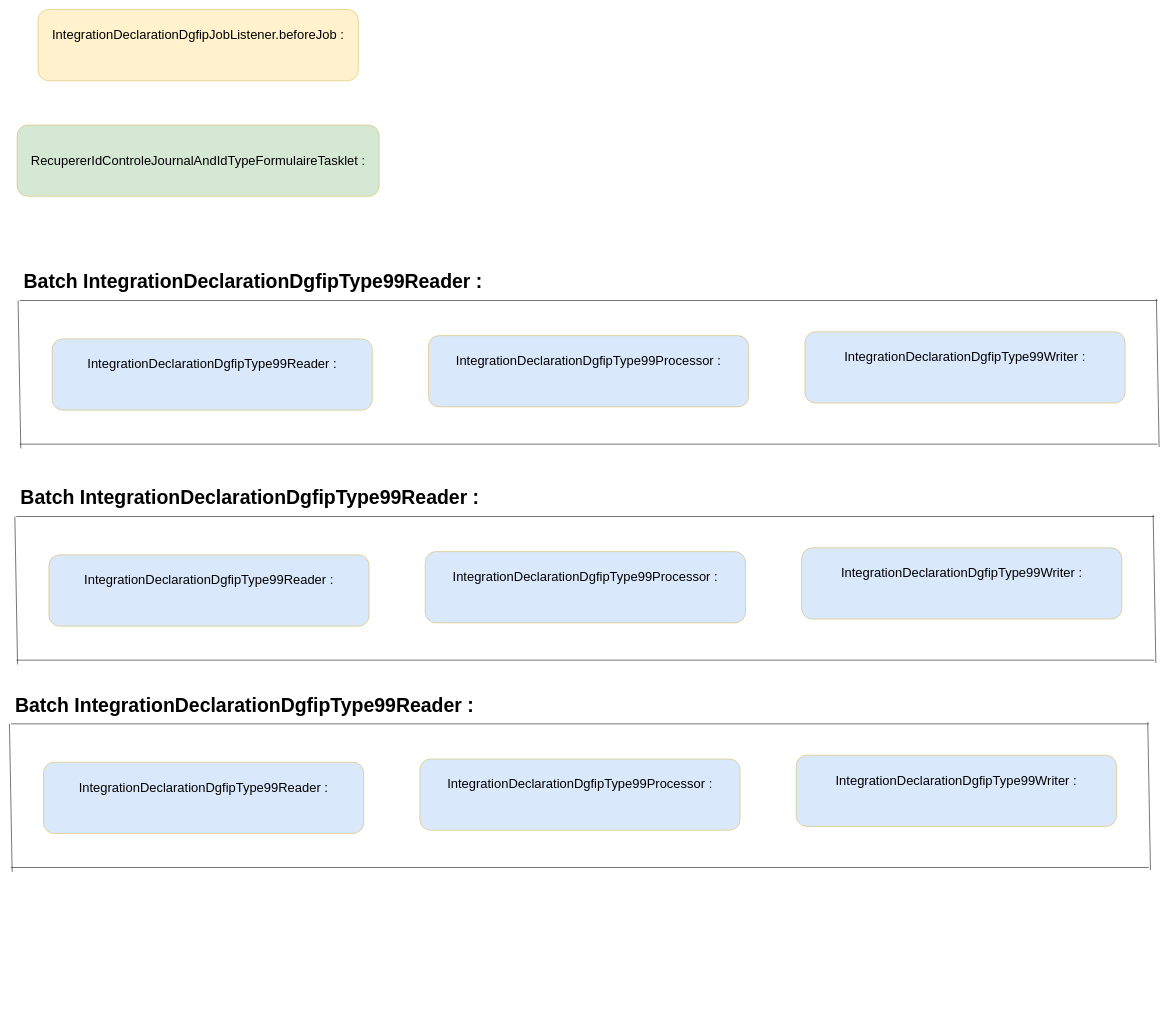
Before: flux_decipam_integration_declaration_dgfip.drawio in ewan-delanoy/uml_diagram, a draw.io diagram. Source tidied: cells renumbered, new cells numbered last; positions are measured from the earlier drawing's top-left corner, leaving out a move shared by most shapes. Both pictures are drawn from the tidied source at 54%, with x=0, y=0 at pixel (9, 9).
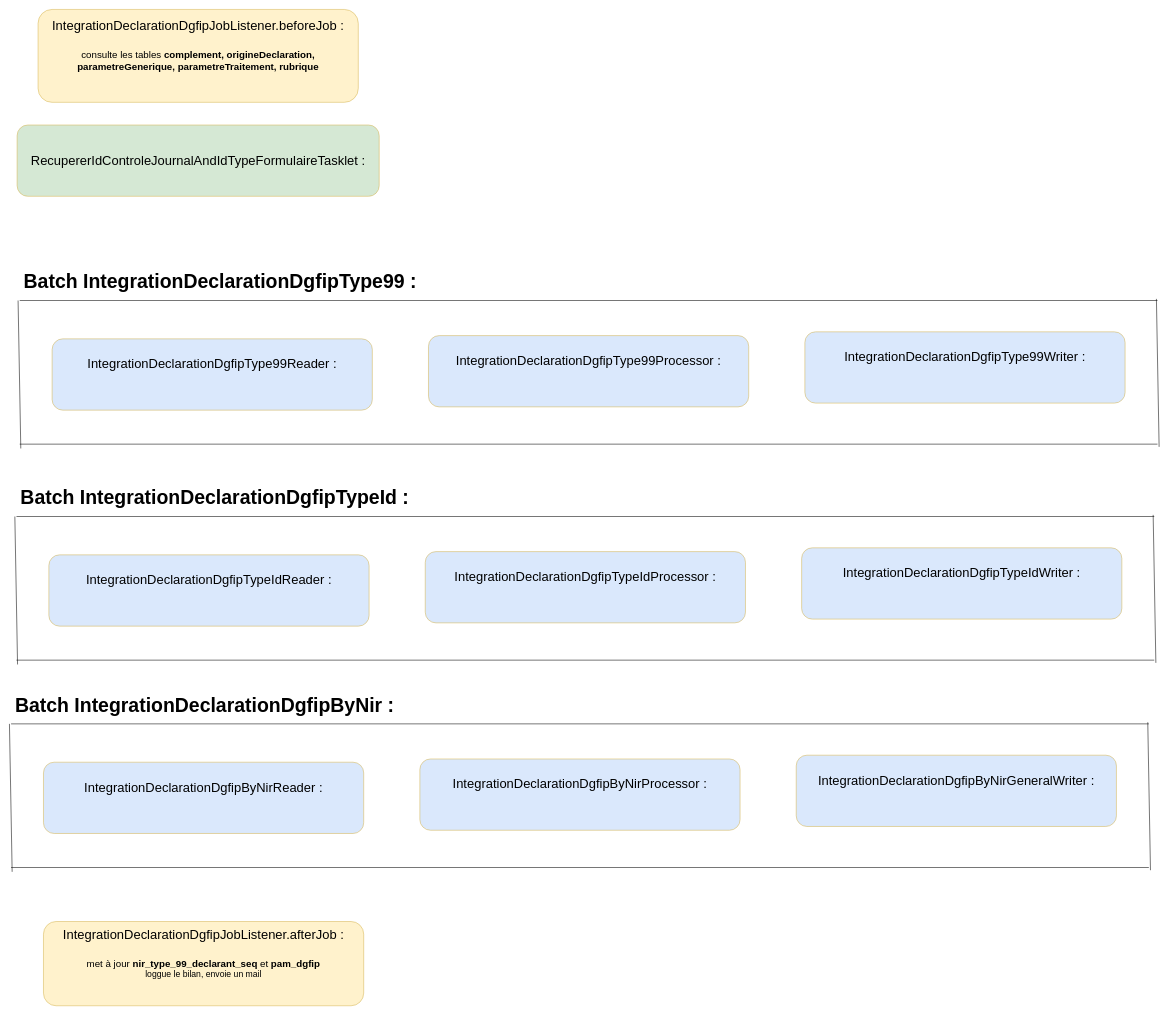
After the change.

Commit message (it also covers changes not shown here):
Mettre à jour flux_decipam_integration_declaration_dgfip.drawio

Change to the diagram source:
```diff
@@
-    <mxCell id="2" value="&lt;div&gt;&lt;font style=&quot;font-size: 24px;&quot;&gt;IntegrationDeclarationDgfipJobListener.beforeJob :&lt;br&gt;&lt;/font&gt;&lt;/div&gt;&lt;div&gt;&lt;font size=&quot;3&quot;&gt;&lt;br&gt;&lt;/font&gt;&lt;/div&gt;&lt;div&gt;&lt;font size=&quot;3&quot;&gt;&lt;br&gt;&lt;/font&gt;&lt;/div&gt;" style="rounded=1;whiteSpace=wrap;html=1;fontSize=12;glass=0;strokeWidth=1;shadow=0;fillColor=#fff2cc;strokeColor=#d6b656;" parent="1" vertex="1">
-      <mxGeometry x="53" width="593" height="132" as="geometry" />
+    <mxCell id="2" value="&lt;div&gt;&lt;font style=&quot;font-size: 24px;&quot;&gt;IntegrationDeclarationDgfipJobListener.beforeJob :&lt;/font&gt;&lt;/div&gt;&lt;div&gt;&lt;font style=&quot;font-size: 24px;&quot;&gt;&lt;br&gt;&lt;/font&gt;&lt;/div&gt;&lt;div&gt;&lt;font style=&quot;font-size: 18px;&quot;&gt;&lt;span style=&quot;line-height: 115%; font-family: &amp;quot;Arial&amp;quot;, sans-serif;&quot;&gt;consulte les tables &lt;b&gt;complement, origineDeclaration,&lt;br/&gt;parametreGenerique, parametreTraitement, rubrique&lt;/b&gt; &lt;/span&gt;&lt;/font&gt;&lt;/div&gt;&lt;div&gt;&lt;font size=&quot;3&quot;&gt;&lt;br&gt;&lt;/font&gt;&lt;/div&gt;&lt;div&gt;&lt;font size=&quot;3&quot;&gt;&lt;br&gt;&lt;/font&gt;&lt;/div&gt;" style="rounded=1;whiteSpace=wrap;html=1;fontSize=12;glass=0;strokeWidth=1;shadow=0;fillColor=#fff2cc;strokeColor=#d6b656;" parent="1" vertex="1">
+      <mxGeometry x="53" width="593" height="172" as="geometry" />
     </mxCell>
@@
-    <mxCell id="11" value="&lt;font style=&quot;font-size: 24px;&quot;&gt;&amp;nbsp;&lt;/font&gt;&lt;div&gt;&lt;font style=&quot;font-size: 24px;&quot;&gt;&amp;nbsp;&lt;/font&gt;&lt;font style=&quot;font-size: 36px;&quot;&gt;&lt;b&gt;Batch IntegrationDeclarationDgfipType99Reader :&lt;br&gt;&lt;/b&gt;&lt;/font&gt;&lt;/div&gt;&lt;div&gt;&lt;font size=&quot;3&quot;&gt;&lt;b&gt;&lt;br&gt;&lt;/b&gt;&lt;/font&gt;&lt;/div&gt;&lt;div&gt;&lt;font size=&quot;3&quot;&gt;&lt;br&gt;&lt;/font&gt;&lt;/div&gt;" style="text;whiteSpace=wrap;html=1;" parent="1" vertex="1">
+    <mxCell id="11" value="&lt;font style=&quot;font-size: 24px;&quot;&gt;&amp;nbsp;&lt;/font&gt;&lt;div&gt;&lt;font style=&quot;font-size: 24px;&quot;&gt;&amp;nbsp;&lt;/font&gt;&lt;font style=&quot;font-size: 36px;&quot;&gt;&lt;b&gt;Batch IntegrationDeclarationDgfipType99 :&lt;br&gt;&lt;/b&gt;&lt;/font&gt;&lt;/div&gt;&lt;div&gt;&lt;font size=&quot;3&quot;&gt;&lt;b&gt;&lt;br&gt;&lt;/b&gt;&lt;/font&gt;&lt;/div&gt;&lt;div&gt;&lt;font size=&quot;3&quot;&gt;&lt;br&gt;&lt;/font&gt;&lt;/div&gt;" style="text;whiteSpace=wrap;html=1;" parent="1" vertex="1">
       <mxGeometry x="18" y="447" width="882" height="89" as="geometry" />
     </mxCell>
-    <mxCell id="12" value="&lt;div&gt;&lt;font style=&quot;font-size: 24px;&quot;&gt;IntegrationDeclarationDgfipType99Reader :&lt;br&gt;&lt;/font&gt;&lt;/div&gt;&lt;div&gt;&lt;font size=&quot;3&quot;&gt;&lt;br&gt;&lt;/font&gt;&lt;/div&gt;&lt;div&gt;&lt;font size=&quot;3&quot;&gt;&lt;br&gt;&lt;/font&gt;&lt;/div&gt;" style="rounded=1;whiteSpace=wrap;html=1;fontSize=12;glass=0;strokeWidth=1;shadow=0;fillColor=#dae8fc;strokeColor=#d6b656;" parent="1" vertex="1">
+    <mxCell id="12" value="&lt;div&gt;&lt;font style=&quot;font-size: 24px;&quot;&gt;IntegrationDeclarationDgfipTypeIdReader :&lt;br&gt;&lt;/font&gt;&lt;/div&gt;&lt;div&gt;&lt;font size=&quot;3&quot;&gt;&lt;br&gt;&lt;/font&gt;&lt;/div&gt;&lt;div&gt;&lt;font size=&quot;3&quot;&gt;&lt;br&gt;&lt;/font&gt;&lt;/div&gt;" style="rounded=1;whiteSpace=wrap;html=1;fontSize=12;glass=0;strokeWidth=1;shadow=0;fillColor=#dae8fc;strokeColor=#d6b656;" parent="1" vertex="1">
       <mxGeometry x="73" y="1010" width="593" height="132" as="geometry" />
     </mxCell>
-    <mxCell id="13" value="&lt;div&gt;&lt;font style=&quot;font-size: 24px;&quot;&gt;IntegrationDeclarationDgfipType99Processor :&lt;br&gt;&lt;/font&gt;&lt;/div&gt;&lt;div&gt;&lt;font size=&quot;3&quot;&gt;&lt;br&gt;&lt;/font&gt;&lt;/div&gt;&lt;div&gt;&lt;font size=&quot;3&quot;&gt;&lt;br&gt;&lt;/font&gt;&lt;/div&gt;" style="rounded=1;whiteSpace=wrap;html=1;fontSize=12;glass=0;strokeWidth=1;shadow=0;fillColor=#dae8fc;strokeColor=#d6b656;" parent="1" vertex="1">
+    <mxCell id="13" value="&lt;div&gt;&lt;font style=&quot;font-size: 24px;&quot;&gt;IntegrationDeclarationDgfipTypeIdProcessor :&lt;br&gt;&lt;/font&gt;&lt;/div&gt;&lt;div&gt;&lt;font size=&quot;3&quot;&gt;&lt;br&gt;&lt;/font&gt;&lt;/div&gt;&lt;div&gt;&lt;font size=&quot;3&quot;&gt;&lt;br&gt;&lt;/font&gt;&lt;/div&gt;" style="rounded=1;whiteSpace=wrap;html=1;fontSize=12;glass=0;strokeWidth=1;shadow=0;fillColor=#dae8fc;strokeColor=#d6b656;" parent="1" vertex="1">
       <mxGeometry x="770" y="1004" width="593" height="132" as="geometry" />
     </mxCell>
-    <mxCell id="14" value="&lt;div&gt;&lt;font style=&quot;font-size: 24px;&quot;&gt;IntegrationDeclarationDgfipType99Writer :&lt;br&gt;&lt;/font&gt;&lt;/div&gt;&lt;div&gt;&lt;font size=&quot;3&quot;&gt;&lt;br&gt;&lt;/font&gt;&lt;/div&gt;&lt;div&gt;&lt;font size=&quot;3&quot;&gt;&lt;br&gt;&lt;/font&gt;&lt;/div&gt;" style="rounded=1;whiteSpace=wrap;html=1;fontSize=12;glass=0;strokeWidth=1;shadow=0;fillColor=#dae8fc;strokeColor=#d6b656;" parent="1" vertex="1">
+    <mxCell id="14" value="&lt;div&gt;&lt;font style=&quot;font-size: 24px;&quot;&gt;IntegrationDeclarationDgfipTypeIdWriter :&lt;br&gt;&lt;/font&gt;&lt;/div&gt;&lt;div&gt;&lt;font size=&quot;3&quot;&gt;&lt;br&gt;&lt;/font&gt;&lt;/div&gt;&lt;div&gt;&lt;font size=&quot;3&quot;&gt;&lt;br&gt;&lt;/font&gt;&lt;/div&gt;" style="rounded=1;whiteSpace=wrap;html=1;fontSize=12;glass=0;strokeWidth=1;shadow=0;fillColor=#dae8fc;strokeColor=#d6b656;" parent="1" vertex="1">
       <mxGeometry x="1467" y="997" width="593" height="132" as="geometry" />
     </mxCell>
@@
-    <mxCell id="19" value="&lt;font style=&quot;font-size: 24px;&quot;&gt;&amp;nbsp;&lt;/font&gt;&lt;div&gt;&lt;font style=&quot;font-size: 24px;&quot;&gt;&amp;nbsp;&lt;/font&gt;&lt;font style=&quot;font-size: 36px;&quot;&gt;&lt;b&gt;Batch IntegrationDeclarationDgfipType99Reader :&lt;br&gt;&lt;/b&gt;&lt;/font&gt;&lt;/div&gt;&lt;div&gt;&lt;font size=&quot;3&quot;&gt;&lt;b&gt;&lt;br&gt;&lt;/b&gt;&lt;/font&gt;&lt;/div&gt;&lt;div&gt;&lt;font size=&quot;3&quot;&gt;&lt;br&gt;&lt;/font&gt;&lt;/div&gt;" style="text;whiteSpace=wrap;html=1;" parent="1" vertex="1">
+    <mxCell id="19" value="&lt;font style=&quot;font-size: 24px;&quot;&gt;&amp;nbsp;&lt;/font&gt;&lt;div&gt;&lt;font style=&quot;font-size: 24px;&quot;&gt;&amp;nbsp;&lt;/font&gt;&lt;font style=&quot;font-size: 36px;&quot;&gt;&lt;b&gt;Batch IntegrationDeclarationDgfipTypeId :&lt;br&gt;&lt;/b&gt;&lt;/font&gt;&lt;/div&gt;&lt;div&gt;&lt;font size=&quot;3&quot;&gt;&lt;b&gt;&lt;br&gt;&lt;/b&gt;&lt;/font&gt;&lt;/div&gt;&lt;div&gt;&lt;font size=&quot;3&quot;&gt;&lt;br&gt;&lt;/font&gt;&lt;/div&gt;" style="text;whiteSpace=wrap;html=1;" parent="1" vertex="1">
       <mxGeometry x="12" y="847" width="882" height="89" as="geometry" />
     </mxCell>
-    <mxCell id="20" value="&lt;div&gt;&lt;font style=&quot;font-size: 24px;&quot;&gt;IntegrationDeclarationDgfipType99Reader :&lt;br&gt;&lt;/font&gt;&lt;/div&gt;&lt;div&gt;&lt;font size=&quot;3&quot;&gt;&lt;br&gt;&lt;/font&gt;&lt;/div&gt;&lt;div&gt;&lt;font size=&quot;3&quot;&gt;&lt;br&gt;&lt;/font&gt;&lt;/div&gt;" style="rounded=1;whiteSpace=wrap;html=1;fontSize=12;glass=0;strokeWidth=1;shadow=0;fillColor=#dae8fc;strokeColor=#d6b656;" parent="1" vertex="1">
+    <mxCell id="20" value="&lt;div&gt;&lt;font style=&quot;font-size: 24px;&quot;&gt;IntegrationDeclarationDgfipByNirReader :&lt;br&gt;&lt;/font&gt;&lt;/div&gt;&lt;div&gt;&lt;font size=&quot;3&quot;&gt;&lt;br&gt;&lt;/font&gt;&lt;/div&gt;&lt;div&gt;&lt;font size=&quot;3&quot;&gt;&lt;br&gt;&lt;/font&gt;&lt;/div&gt;" style="rounded=1;whiteSpace=wrap;html=1;fontSize=12;glass=0;strokeWidth=1;shadow=0;fillColor=#dae8fc;strokeColor=#d6b656;" parent="1" vertex="1">
       <mxGeometry x="63" y="1394" width="593" height="132" as="geometry" />
     </mxCell>
-    <mxCell id="21" value="&lt;div&gt;&lt;font style=&quot;font-size: 24px;&quot;&gt;IntegrationDeclarationDgfipType99Processor :&lt;br&gt;&lt;/font&gt;&lt;/div&gt;&lt;div&gt;&lt;font size=&quot;3&quot;&gt;&lt;br&gt;&lt;/font&gt;&lt;/div&gt;&lt;div&gt;&lt;font size=&quot;3&quot;&gt;&lt;br&gt;&lt;/font&gt;&lt;/div&gt;" style="rounded=1;whiteSpace=wrap;html=1;fontSize=12;glass=0;strokeWidth=1;shadow=0;fillColor=#dae8fc;strokeColor=#d6b656;" parent="1" vertex="1">
+    <mxCell id="21" value="&lt;div&gt;&lt;font style=&quot;font-size: 24px;&quot;&gt;IntegrationDeclarationDgfipByNirProcessor :&lt;br&gt;&lt;/font&gt;&lt;/div&gt;&lt;div&gt;&lt;font size=&quot;3&quot;&gt;&lt;br&gt;&lt;/font&gt;&lt;/div&gt;&lt;div&gt;&lt;font size=&quot;3&quot;&gt;&lt;br&gt;&lt;/font&gt;&lt;/div&gt;" style="rounded=1;whiteSpace=wrap;html=1;fontSize=12;glass=0;strokeWidth=1;shadow=0;fillColor=#dae8fc;strokeColor=#d6b656;" parent="1" vertex="1">
       <mxGeometry x="760" y="1388" width="593" height="132" as="geometry" />
     </mxCell>
-    <mxCell id="22" value="&lt;div&gt;&lt;font style=&quot;font-size: 24px;&quot;&gt;IntegrationDeclarationDgfipType99Writer :&lt;br&gt;&lt;/font&gt;&lt;/div&gt;&lt;div&gt;&lt;font size=&quot;3&quot;&gt;&lt;br&gt;&lt;/font&gt;&lt;/div&gt;&lt;div&gt;&lt;font size=&quot;3&quot;&gt;&lt;br&gt;&lt;/font&gt;&lt;/div&gt;" style="rounded=1;whiteSpace=wrap;html=1;fontSize=12;glass=0;strokeWidth=1;shadow=0;fillColor=#dae8fc;strokeColor=#d6b656;" parent="1" vertex="1">
+    <mxCell id="22" value="&lt;div&gt;&lt;font style=&quot;font-size: 24px;&quot;&gt;IntegrationDeclarationDgfipByNirGeneralWriter :&lt;br&gt;&lt;/font&gt;&lt;/div&gt;&lt;div&gt;&lt;font size=&quot;3&quot;&gt;&lt;br&gt;&lt;/font&gt;&lt;/div&gt;&lt;div&gt;&lt;font size=&quot;3&quot;&gt;&lt;br&gt;&lt;/font&gt;&lt;/div&gt;" style="rounded=1;whiteSpace=wrap;html=1;fontSize=12;glass=0;strokeWidth=1;shadow=0;fillColor=#dae8fc;strokeColor=#d6b656;" parent="1" vertex="1">
       <mxGeometry x="1457" y="1381" width="593" height="132" as="geometry" />
     </mxCell>
@@
-    <mxCell id="27" value="&lt;font style=&quot;font-size: 24px;&quot;&gt;&amp;nbsp;&lt;/font&gt;&lt;div&gt;&lt;font style=&quot;font-size: 24px;&quot;&gt;&amp;nbsp;&lt;/font&gt;&lt;font style=&quot;font-size: 36px;&quot;&gt;&lt;b&gt;Batch IntegrationDeclarationDgfipType99Reader :&lt;br&gt;&lt;/b&gt;&lt;/font&gt;&lt;/div&gt;&lt;div&gt;&lt;font size=&quot;3&quot;&gt;&lt;b&gt;&lt;br&gt;&lt;/b&gt;&lt;/font&gt;&lt;/div&gt;&lt;div&gt;&lt;font size=&quot;3&quot;&gt;&lt;br&gt;&lt;/font&gt;&lt;/div&gt;" style="text;whiteSpace=wrap;html=1;" parent="1" vertex="1">
+    <mxCell id="27" value="&lt;font style=&quot;font-size: 24px;&quot;&gt;&amp;nbsp;&lt;/font&gt;&lt;div&gt;&lt;font style=&quot;font-size: 24px;&quot;&gt;&amp;nbsp;&lt;/font&gt;&lt;font style=&quot;font-size: 36px;&quot;&gt;&lt;b&gt;Batch IntegrationDeclarationDgfipByNir :&lt;br&gt;&lt;/b&gt;&lt;/font&gt;&lt;/div&gt;&lt;div&gt;&lt;font size=&quot;3&quot;&gt;&lt;b&gt;&lt;br&gt;&lt;/b&gt;&lt;/font&gt;&lt;/div&gt;&lt;div&gt;&lt;font size=&quot;3&quot;&gt;&lt;br&gt;&lt;/font&gt;&lt;/div&gt;" style="text;whiteSpace=wrap;html=1;" parent="1" vertex="1">
       <mxGeometry x="2" y="1231" width="882" height="89" as="geometry" />
     </mxCell>
+    <mxCell id="28" value="&lt;div&gt;&lt;font style=&quot;font-size: 24px;&quot;&gt;IntegrationDeclarationDgfipJobListener.afterJob :&lt;/font&gt;&lt;/div&gt;&lt;div&gt;&lt;font style=&quot;font-size: 24px;&quot;&gt;&lt;br&gt;&lt;/font&gt;&lt;/div&gt;&lt;div&gt;&lt;font style=&quot;font-size: 18px;&quot;&gt;met à jour &lt;b&gt;nir_type_99_declarant_seq&lt;/b&gt; et &lt;b&gt;pam_dgfip&lt;/b&gt; &lt;br&gt;&lt;/font&gt;&lt;/div&gt;&lt;div&gt;&lt;font size=&quot;3&quot;&gt;loggue le bilan, envoie un mail&lt;br&gt;&lt;/font&gt;&lt;/div&gt;&lt;div&gt;&lt;font size=&quot;3&quot;&gt;&lt;br&gt;&lt;/font&gt;&lt;/div&gt;&lt;div&gt;&lt;font size=&quot;3&quot;&gt;&lt;br&gt;&lt;/font&gt;&lt;/div&gt;" style="rounded=1;whiteSpace=wrap;html=1;fontSize=12;glass=0;strokeWidth=1;shadow=0;fillColor=#fff2cc;strokeColor=#d6b656;" parent="1" vertex="1">
+      <mxGeometry x="63" y="1689" width="593" height="156" as="geometry" />
+    </mxCell>
```
